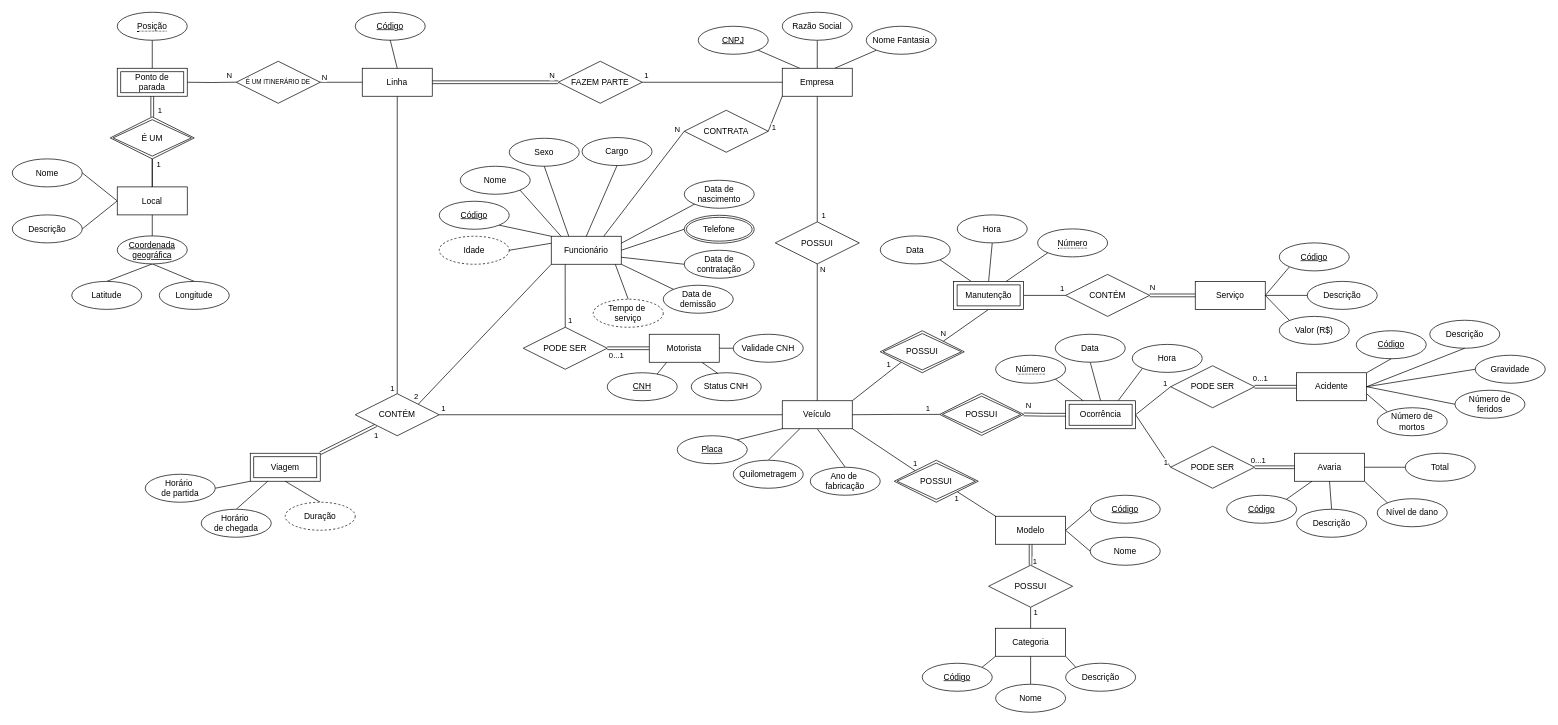
Above: drawio/conceptual_model.drawio in gscolombo/Projeto---BD (draw.io), before the change. Source tidied: cells renumbered, new cells numbered last; positions are measured from the earlier drawing's top-left corner, leaving out a move shared by most shapes. Both pictures are drawn from the tidied source at 70%, with x=0, y=0 at pixel (12, 12).
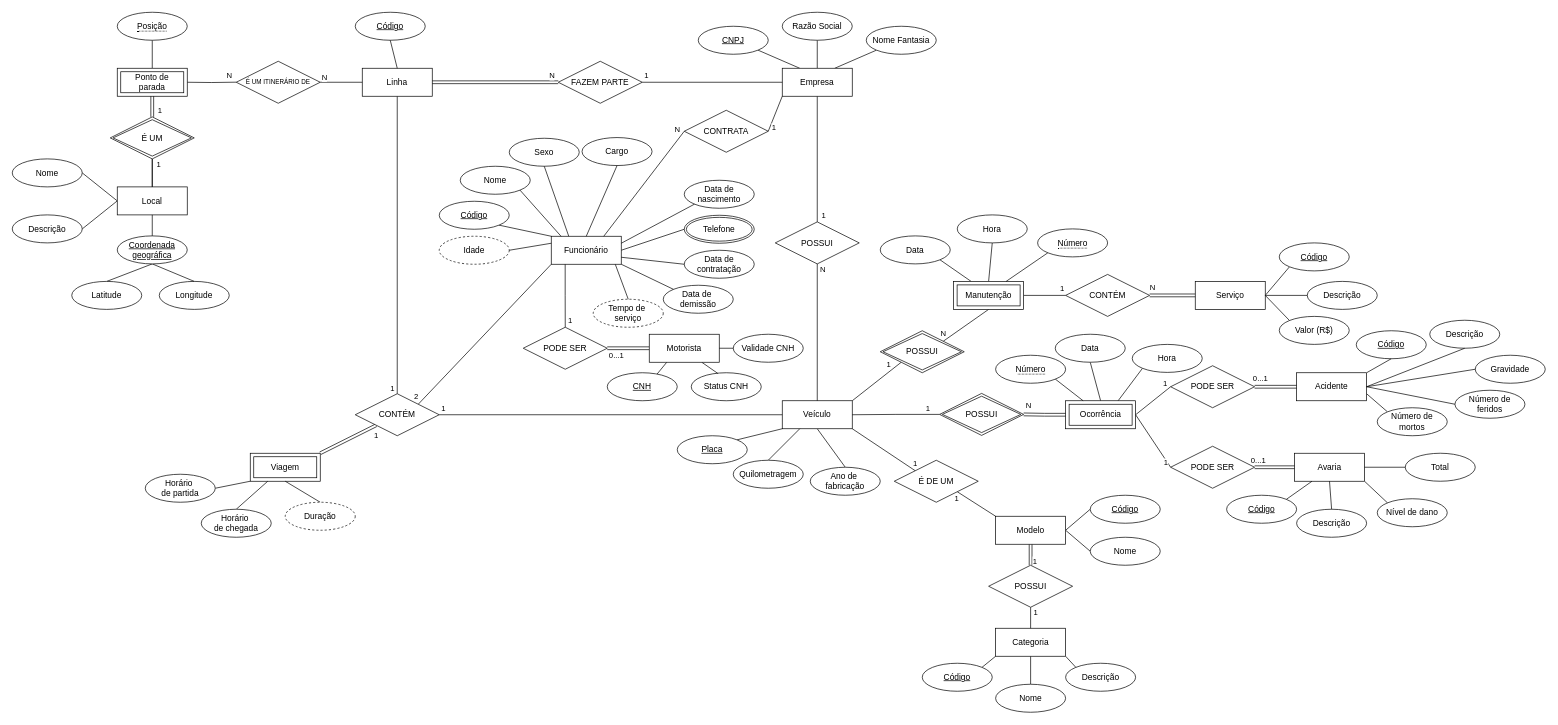
After the change.

Commit message:
Mudança de tipo de relacionamento entre veículo e modelo

Unchanged cells that the change refers to:
```xml
<mxCell id="13" value="Veículo" style="whiteSpace=wrap;html=1;align=center;" parent="1" vertex="1">
  <mxGeometry x="1100" y="555" width="100" height="40" as="geometry" />
</mxCell>
<mxCell id="141" value="Modelo" style="whiteSpace=wrap;html=1;align=center;" parent="1" vertex="1">
  <mxGeometry x="1404.8" y="720" width="100" height="40" as="geometry" />
</mxCell>
```

Change to the diagram source:
```diff
@@
-    <mxCell id="9" style="rounded=0;jettySize=auto;html=1;exitX=1;exitY=1;exitDx=0;exitDy=0;entryX=0;entryY=0;entryDx=0;entryDy=0;endArrow=none;endFill=0;" parent="1" edge="1" source="13" target="147">
-      <mxGeometry relative="1" as="geometry" />
+    <mxCell id="9" style="rounded=0;jettySize=auto;html=1;exitX=1;exitY=1;exitDx=0;exitDy=0;entryX=0;entryY=0;entryDx=0;entryDy=0;endArrow=none;endFill=0;" parent="1" edge="1" source="13">
+      <mxGeometry relative="1" as="geometry">
+        <mxPoint x="1290" y="655" as="targetPoint" />
+      </mxGeometry>
     </mxCell>
@@
-    <mxCell id="145" style="rounded=0;jettySize=auto;html=1;exitX=1;exitY=1;exitDx=0;exitDy=0;entryX=0;entryY=0;entryDx=0;entryDy=0;endArrow=none;endFill=0;" parent="1" edge="1" source="147" target="141">
-      <mxGeometry relative="1" as="geometry" />
+    <mxCell id="145" style="rounded=0;jettySize=auto;html=1;exitX=1;exitY=1;exitDx=0;exitDy=0;entryX=0;entryY=0;entryDx=0;entryDy=0;endArrow=none;endFill=0;" parent="1" edge="1" target="141">
+      <mxGeometry relative="1" as="geometry">
+        <mxPoint x="1350" y="685" as="sourcePoint" />
+      </mxGeometry>
     </mxCell>
@@
-    <mxCell id="147" value="POSSUI" style="shape=rhombus;double=1;perimeter=rhombusPerimeter;whiteSpace=wrap;html=1;align=center;" parent="1" vertex="1">
-      <mxGeometry x="1260" y="640" width="120" height="60" as="geometry" />
-    </mxCell>
@@
+    <mxCell id="198" value="É DE UM" style="shape=rhombus;perimeter=rhombusPerimeter;whiteSpace=wrap;html=1;align=center;" parent="1" vertex="1">
+      <mxGeometry x="1260" y="640" width="120" height="60" as="geometry" />
+    </mxCell>
```
